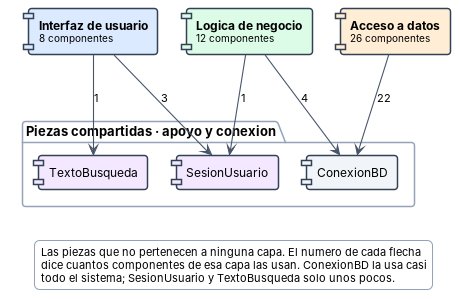
Earlier version of the PlantUML export docs/Imagenes/DiagramaComponentes_S4_Apoyo.png (puj-course/FIS_2630_1204_G2). Its source is kept beside it as docs/diagramas-fuente/DiagramaComponentes_S4_Apoyo.puml.
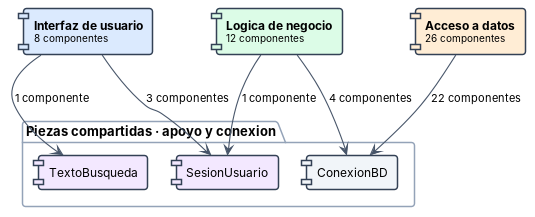
After the commit.

Commit message:
docs: quita el texto explicativo de las vistas simples de componentes

The edit, as a diff of the source:
```diff
@@ -26,14 +26,9 @@
 component "**Interfaz de usuario**\n<size:10>8 componentes</size>" as q_ui #DBEAFE
 component "**Logica de negocio**\n<size:10>12 componentes</size>" as q_negocio #DCFCE7
 component "**Acceso a datos**\n<size:10>26 componentes</size>" as q_datos #FFEDD5
-q_negocio --> c_ConexionBD : 4
-q_datos --> c_ConexionBD : 22
-q_ui --> c_SesionUsuario : 3
-q_negocio --> c_SesionUsuario : 1
-q_ui --> c_TextoBusqueda : 1
-legend bottom
-Las piezas que no pertenecen a ninguna capa. El numero de cada flecha
-dice cuantos componentes de esa capa las usan. ConexionBD la usa casi
-todo el sistema; SesionUsuario y TextoBusqueda solo unos pocos.
-endlegend
+q_negocio --> c_ConexionBD : 4 componentes
+q_datos --> c_ConexionBD : 22 componentes
+q_ui --> c_SesionUsuario : 3 componentes
+q_negocio --> c_SesionUsuario : 1 componente
+q_ui --> c_TextoBusqueda : 1 componente
 @enduml
```
